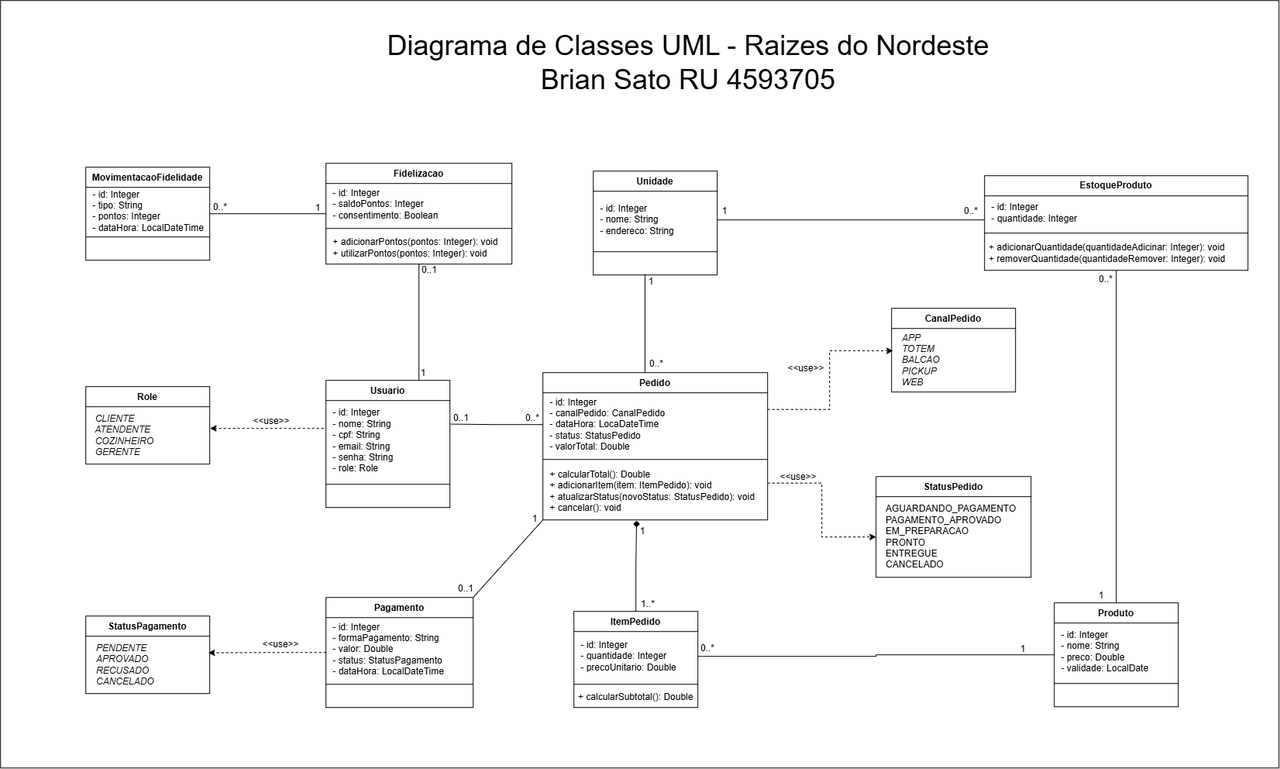
This is documentacao/diagramas/projeto_multidiciplinar_UML.drawio.png from BrianSato/raizes-do-nordeste, a draw.io export, as it was before one commit. Source tidied: cells renumbered, new cells last; positions are measured from the earlier drawing's top-left corner, leaving out a move shared by most shapes.
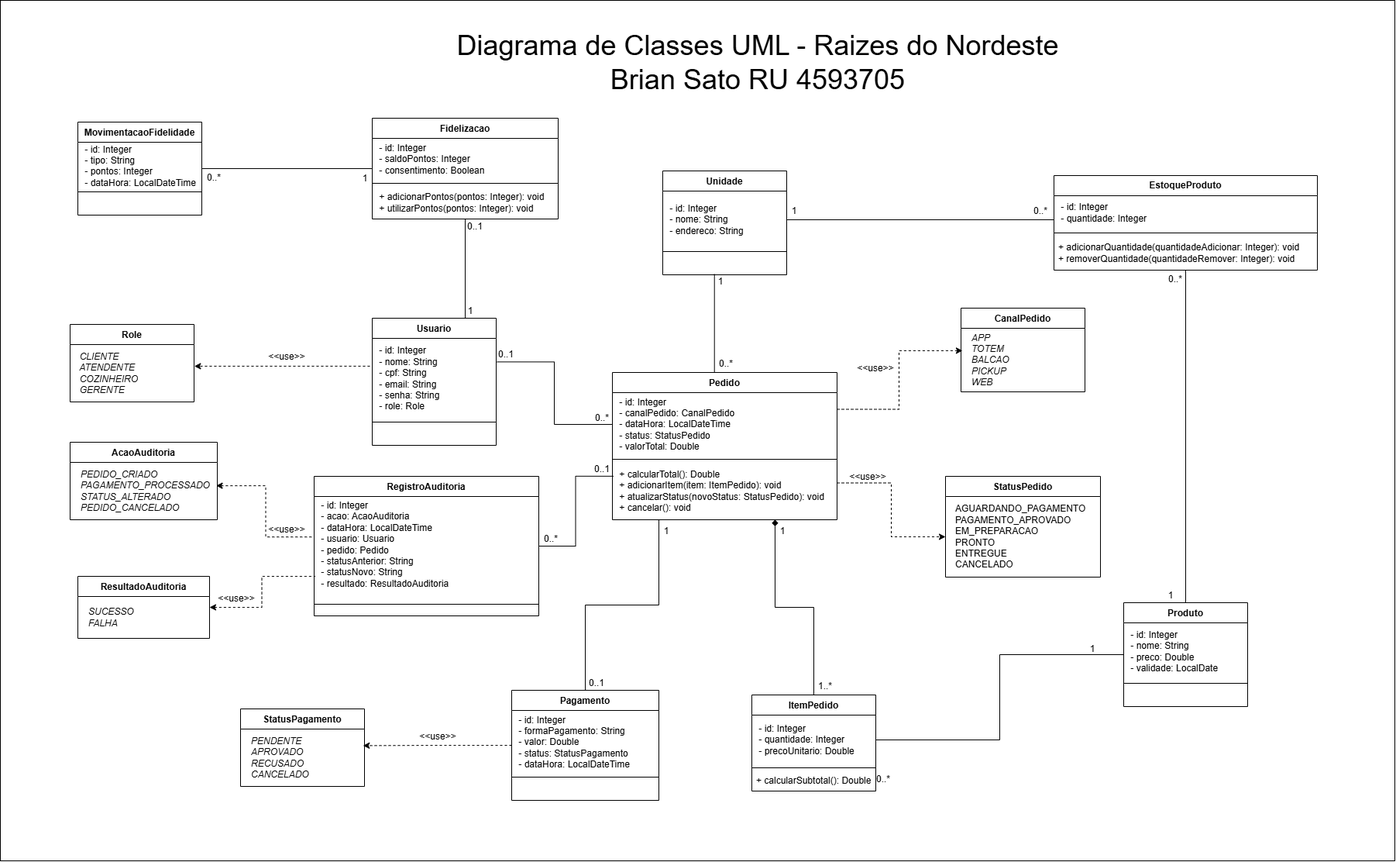
The same diagram one commit later.

Commit message:
docs: autliza diagrama UML com auditoria e relacionamentos

Change to the diagram source:
```diff
@@ -4,7 +4,7 @@
     <mxCell id="1" parent="0" />
-    <mxCell id="2" style="rounded=0;whiteSpace=wrap;html=1;" parent="1" vertex="1">
-      <mxGeometry width="1650" height="990" as="geometry" />
-    </mxCell>
+    <mxCell id="83" style="rounded=0;whiteSpace=wrap;html=1;" parent="1" vertex="1">
+      <mxGeometry x="-90" width="1800" height="1110" as="geometry" />
+    </mxCell>
     <mxCell id="3" value="MovimentacaoFidelidade" style="swimlane;fontStyle=1;align=center;verticalAlign=top;horizontal=1;startSize=26;whiteSpace=wrap;html=1;" parent="1" vertex="1">
-      <mxGeometry x="110" y="215" width="160" height="120" as="geometry" />
+      <mxGeometry x="10" y="157" width="160" height="120" as="geometry" />
     </mxCell>
@@ -23,3 +23,3 @@
     <mxCell id="8" value="Fidelizacao" style="swimlane;fontStyle=1;align=center;verticalAlign=top;horizontal=1;startSize=26;whiteSpace=wrap;html=1;" parent="1" vertex="1">
-      <mxGeometry x="420" y="210" width="240" height="130" as="geometry" />
+      <mxGeometry x="390" y="152" width="240" height="130" as="geometry" />
     </mxCell>
@@ -35,3 +35,3 @@
     <mxCell id="12" value="Pagamento" style="swimlane;fontStyle=1;align=center;verticalAlign=top;horizontal=1;startSize=26;whiteSpace=wrap;html=1;" parent="1" vertex="1">
-      <mxGeometry x="420" y="770" width="190" height="142" as="geometry" />
+      <mxGeometry x="570" y="890" width="190" height="142" as="geometry" />
     </mxCell>
@@ -47,3 +47,3 @@
     <mxCell id="16" value="ItemPedido" style="swimlane;fontStyle=1;align=center;verticalAlign=top;horizontal=1;startSize=26;whiteSpace=wrap;html=1;" parent="1" vertex="1">
-      <mxGeometry x="740" y="788" width="160" height="124" as="geometry" />
+      <mxGeometry x="880" y="896" width="160" height="124" as="geometry" />
     </mxCell>
@@ -58,7 +58,2 @@
     </mxCell>
-    <mxCell id="20" style="rounded=0;jettySize=auto;html=1;exitX=0;exitY=1;exitDx=0;exitDy=0;endArrow=none;endFill=0;" parent="1" edge="1" source="22">
-      <mxGeometry relative="1" as="geometry">
-        <mxPoint x="610" y="770" as="targetPoint" />
-      </mxGeometry>
-    </mxCell>
     <mxCell id="21" style="edgeStyle=orthogonalEdgeStyle;rounded=0;jettySize=auto;html=1;exitX=1;exitY=0.75;exitDx=0;exitDy=0;dashed=1;" parent="1" edge="1" source="22" target="46">
@@ -69,3 +64,3 @@
     </mxCell>
-    <mxCell id="23" value="&amp;nbsp;- id: Integer&lt;div&gt;&amp;nbsp;- canalPedido: CanalPedido&lt;/div&gt;&lt;div&gt;&amp;nbsp;- dataHora: LocaDateTime&lt;/div&gt;&lt;div&gt;&amp;nbsp;- status: StatusPedido&lt;/div&gt;&lt;div&gt;&amp;nbsp;- valorTotal: Double&lt;/div&gt;" style="text;strokeColor=none;fillColor=none;align=left;verticalAlign=middle;spacingLeft=4;spacingRight=4;overflow=hidden;points=[[0,0.5],[1,0.5]];portConstraint=eastwest;whiteSpace=wrap;html=1;" parent="22" vertex="1">
+    <mxCell id="23" value="&amp;nbsp;- id: Integer&lt;div&gt;&amp;nbsp;- canalPedido: CanalPedido&lt;/div&gt;&lt;div&gt;&amp;nbsp;- dataHora: LocalDateTime&lt;/div&gt;&lt;div&gt;&amp;nbsp;- status: StatusPedido&lt;/div&gt;&lt;div&gt;&amp;nbsp;- valorTotal: Double&lt;/div&gt;" style="text;strokeColor=none;fillColor=none;align=left;verticalAlign=middle;spacingLeft=4;spacingRight=4;overflow=hidden;points=[[0,0.5],[1,0.5]];portConstraint=eastwest;whiteSpace=wrap;html=1;" parent="22" vertex="1">
       <mxGeometry y="26" width="290" height="82" as="geometry" />
@@ -87,3 +82,3 @@
     </mxCell>
-    <mxCell id="29" value="+ adicionarQuantidade(quantidadeAdicinar: Integer): void&lt;div&gt;+ removerQuantidade(quantidadeRemover: Integer): void&lt;/div&gt;" style="text;strokeColor=none;fillColor=none;align=left;verticalAlign=middle;spacingLeft=4;spacingRight=4;overflow=hidden;whiteSpace=wrap;html=1;fontSize=12;" parent="26" vertex="1">
+    <mxCell id="29" value="+ adicionarQuantidade(quantidadeAdicionar: Integer): void&lt;div&gt;+ removerQuantidade(quantidadeRemover: Integer): void&lt;/div&gt;" style="text;strokeColor=none;fillColor=none;align=left;verticalAlign=middle;spacingLeft=4;spacingRight=4;overflow=hidden;whiteSpace=wrap;html=1;fontSize=12;" parent="26" vertex="1">
       <mxGeometry y="78" width="340" height="44" as="geometry" />
@@ -127,3 +122,3 @@
     <mxCell id="41" value="Usuario" style="swimlane;fontStyle=1;align=center;verticalAlign=top;horizontal=1;startSize=26;whiteSpace=wrap;html=1;" parent="1" vertex="1">
-      <mxGeometry x="420" y="490" width="160" height="164" as="geometry" />
+      <mxGeometry x="390" y="410" width="160" height="164" as="geometry" />
     </mxCell>
@@ -145,3 +140,3 @@
     <mxCell id="47" value="StatusPagamento" style="swimlane;fontStyle=1;align=center;verticalAlign=top;horizontal=1;startSize=26;whiteSpace=wrap;html=1;" parent="1" vertex="1">
-      <mxGeometry x="110" y="794" width="160" height="100" as="geometry" />
+      <mxGeometry x="220" y="914" width="160" height="100" as="geometry" />
     </mxCell>
@@ -151,3 +146,3 @@
     <mxCell id="49" value="Role" style="swimlane;fontStyle=1;align=center;verticalAlign=top;horizontal=1;startSize=26;whiteSpace=wrap;html=1;" parent="1" vertex="1">
-      <mxGeometry x="110" y="498" width="160" height="100" as="geometry" />
+      <mxGeometry y="418" width="160" height="100" as="geometry" />
     </mxCell>
@@ -157,3 +152,3 @@
     <mxCell id="51" value="0..1" style="text;html=1;whiteSpace=wrap;strokeColor=none;fillColor=none;align=center;verticalAlign=middle;rounded=0;" parent="1" vertex="1">
-      <mxGeometry x="585" y="524" width="20" height="30" as="geometry" />
+      <mxGeometry x="553" y="442" width="20" height="30" as="geometry" />
     </mxCell>
@@ -163,6 +158,6 @@
     <mxCell id="53" value="1" style="text;html=1;whiteSpace=wrap;strokeColor=none;fillColor=none;align=center;verticalAlign=middle;rounded=0;" parent="1" vertex="1">
-      <mxGeometry x="536" y="466" width="20" height="30" as="geometry" />
+      <mxGeometry x="507" y="386" width="20" height="30" as="geometry" />
     </mxCell>
     <mxCell id="54" value="0..1" style="text;html=1;whiteSpace=wrap;strokeColor=none;fillColor=none;align=center;verticalAlign=middle;rounded=0;" parent="1" vertex="1">
-      <mxGeometry x="534" y="333" width="40" height="30" as="geometry" />
+      <mxGeometry x="503" y="277" width="40" height="30" as="geometry" />
     </mxCell>
@@ -186,3 +181,3 @@
     <mxCell id="60" value="0..*" style="text;html=1;whiteSpace=wrap;strokeColor=none;fillColor=none;align=center;verticalAlign=middle;rounded=0;" parent="1" vertex="1">
-      <mxGeometry x="893" y="821" width="40" height="30" as="geometry" />
+      <mxGeometry x="1030" y="990" width="40" height="30" as="geometry" />
     </mxCell>
@@ -194,3 +189,3 @@
     </mxCell>
-    <mxCell id="63" style="edgeStyle=orthogonalEdgeStyle;rounded=0;jettySize=auto;html=1;exitX=0.5;exitY=0;exitDx=0;exitDy=0;entryX=0.417;entryY=1.014;entryDx=0;entryDy=0;entryPerimeter=0;endArrow=diamond;endFill=1;" parent="1" edge="1" source="16" target="25">
+    <mxCell id="63" style="edgeStyle=orthogonalEdgeStyle;rounded=0;jettySize=auto;html=1;exitX=0.5;exitY=0;exitDx=0;exitDy=0;entryX=0.724;entryY=1;entryDx=0;entryDy=0;entryPerimeter=0;endArrow=diamond;endFill=1;" parent="1" edge="1" source="16" target="25">
       <mxGeometry relative="1" as="geometry" />
@@ -198,18 +193,18 @@
     <mxCell id="64" value="1..*" style="text;html=1;whiteSpace=wrap;strokeColor=none;fillColor=none;align=center;verticalAlign=middle;rounded=0;" parent="1" vertex="1">
-      <mxGeometry x="816" y="764" width="40" height="30" as="geometry" />
+      <mxGeometry x="955" y="870" width="40" height="30" as="geometry" />
     </mxCell>
     <mxCell id="65" value="1" style="text;html=1;whiteSpace=wrap;strokeColor=none;fillColor=none;align=center;verticalAlign=middle;rounded=0;" parent="1" vertex="1">
-      <mxGeometry x="819" y="670" width="20" height="30" as="geometry" />
+      <mxGeometry x="910" y="670" width="20" height="30" as="geometry" />
     </mxCell>
     <mxCell id="66" value="0..1" style="text;html=1;whiteSpace=wrap;strokeColor=none;fillColor=none;align=center;verticalAlign=middle;rounded=0;" parent="1" vertex="1">
-      <mxGeometry x="581" y="744" width="40" height="30" as="geometry" />
+      <mxGeometry x="660" y="866" width="40" height="30" as="geometry" />
     </mxCell>
     <mxCell id="67" value="1" style="text;html=1;whiteSpace=wrap;strokeColor=none;fillColor=none;align=center;verticalAlign=middle;rounded=0;" parent="1" vertex="1">
-      <mxGeometry x="680" y="654" width="20" height="30" as="geometry" />
+      <mxGeometry x="760" y="670" width="20" height="30" as="geometry" />
     </mxCell>
     <mxCell id="68" value="0..*" style="text;html=1;whiteSpace=wrap;strokeColor=none;fillColor=none;align=center;verticalAlign=middle;rounded=0;" parent="1" vertex="1">
-      <mxGeometry x="264" y="252" width="40" height="30" as="geometry" />
+      <mxGeometry x="166" y="214" width="40" height="30" as="geometry" />
     </mxCell>
     <mxCell id="69" value="1" style="text;html=1;whiteSpace=wrap;strokeColor=none;fillColor=none;align=center;verticalAlign=middle;rounded=0;" parent="1" vertex="1">
-      <mxGeometry x="400" y="253" width="20" height="30" as="geometry" />
+      <mxGeometry x="371" y="215" width="20" height="30" as="geometry" />
     </mxCell>
@@ -219,3 +214,3 @@
     <mxCell id="71" value="&amp;lt;&amp;lt;use&amp;gt;&amp;gt;" style="text;html=1;whiteSpace=wrap;strokeColor=none;fillColor=none;align=center;verticalAlign=middle;rounded=0;" parent="1" vertex="1">
-      <mxGeometry x="320" y="528" width="60" height="30" as="geometry" />
+      <mxGeometry x="250" y="445" width="60" height="30" as="geometry" />
     </mxCell>
@@ -225,3 +220,3 @@
     <mxCell id="73" value="&amp;lt;&amp;lt;use&amp;gt;&amp;gt;" style="text;html=1;whiteSpace=wrap;strokeColor=none;fillColor=none;align=center;verticalAlign=middle;rounded=0;" parent="1" vertex="1">
-      <mxGeometry x="332" y="816" width="60" height="30" as="geometry" />
+      <mxGeometry x="445" y="935" width="60" height="30" as="geometry" />
     </mxCell>
@@ -254,2 +249,47 @@
     </mxCell>
+    <mxCell id="84" value="RegistroAuditoria" style="swimlane;fontStyle=1;align=center;verticalAlign=top;horizontal=1;startSize=26;whiteSpace=wrap;html=1;" parent="1" vertex="1">
+      <mxGeometry x="315" y="614" width="290" height="180" as="geometry" />
+    </mxCell>
+    <mxCell id="85" value="&amp;nbsp;- id: Integer&lt;div&gt;&amp;nbsp;- acao: AcaoAuditoria&lt;div&gt;&amp;nbsp;- dataHora: LocalDateTime&lt;/div&gt;&lt;div&gt;&amp;nbsp;- usuario: Usuario&lt;/div&gt;&lt;div&gt;&amp;nbsp;- pedido: Pedido&lt;/div&gt;&lt;div&gt;&amp;nbsp;- statusAnterior: String&lt;/div&gt;&lt;div&gt;&amp;nbsp;- statusNovo: String&lt;/div&gt;&lt;div&gt;&amp;nbsp;- resultado: ResultadoAuditoria&lt;/div&gt;&lt;/div&gt;" style="text;strokeColor=none;fillColor=none;align=left;verticalAlign=middle;spacingLeft=4;spacingRight=4;overflow=hidden;points=[[0,0.5],[1,0.5]];portConstraint=eastwest;whiteSpace=wrap;html=1;" parent="84" vertex="1">
+      <mxGeometry y="26" width="290" height="124" as="geometry" />
+    </mxCell>
+    <mxCell id="86" value=" &#10;&#10;" style="line;strokeWidth=1;fillColor=none;align=left;verticalAlign=middle;spacingTop=-1;spacingLeft=3;spacingRight=3;labelPosition=right;strokeColor=inherit;" parent="84" vertex="1">
+      <mxGeometry y="150" width="290" height="30" as="geometry" />
+    </mxCell>
+    <mxCell id="87" value="AcaoAuditoria" style="swimlane;fontStyle=1;align=center;verticalAlign=top;horizontal=1;startSize=26;whiteSpace=wrap;html=1;" parent="1" vertex="1">
+      <mxGeometry y="570" width="190" height="100" as="geometry" />
+    </mxCell>
+    <mxCell id="88" value="PEDIDO_CRIADO&lt;div&gt;PAGAMENTO_PROCESSADO&lt;/div&gt;&lt;div&gt;STATUS_ALTERADO&lt;/div&gt;&lt;div&gt;PEDIDO_CANCELADO&lt;/div&gt;" style="text;strokeColor=none;fillColor=none;align=left;verticalAlign=middle;spacingLeft=12;spacingRight=4;overflow=hidden;points=[[0,0.5],[1,0.5]];portConstraint=eastwest;whiteSpace=wrap;html=1;fontStyle=2;" parent="87" vertex="1">
+      <mxGeometry y="26" width="190" height="74" as="geometry" />
+    </mxCell>
+    <mxCell id="89" value="ResultadoAuditoria" style="swimlane;fontStyle=1;align=center;verticalAlign=top;horizontal=1;startSize=26;whiteSpace=wrap;html=1;" parent="1" vertex="1">
+      <mxGeometry x="10" y="743" width="170" height="80" as="geometry" />
+    </mxCell>
+    <mxCell id="90" value="SUCESSO&lt;div&gt;FALHA&lt;/div&gt;" style="text;strokeColor=none;fillColor=none;align=left;verticalAlign=middle;spacingLeft=12;spacingRight=4;overflow=hidden;whiteSpace=wrap;html=1;fontStyle=2;" parent="89" vertex="1">
+      <mxGeometry y="26" width="170" height="54" as="geometry" />
+    </mxCell>
+    <mxCell id="91" style="edgeStyle=orthogonalEdgeStyle;rounded=0;jettySize=auto;html=1;entryX=0.207;entryY=1;entryDx=0;entryDy=0;entryPerimeter=0;defaultLabelBackgroundColor=page;endArrow=none;endFill=0;" parent="1" edge="1" source="12" target="25">
+      <mxGeometry relative="1" as="geometry" />
+    </mxCell>
+    <mxCell id="92" style="edgeStyle=orthogonalEdgeStyle;rounded=0;jettySize=auto;html=1;entryX=0.005;entryY=0.241;entryDx=0;entryDy=0;entryPerimeter=0;defaultLabelBackgroundColor=page;endArrow=none;endFill=0;" parent="1" edge="1" source="84" target="25">
+      <mxGeometry relative="1" as="geometry" />
+    </mxCell>
+    <mxCell id="93" value="0..*" style="text;html=1;whiteSpace=wrap;strokeColor=none;fillColor=none;align=center;verticalAlign=middle;rounded=0;" parent="1" vertex="1">
+      <mxGeometry x="601" y="680" width="40" height="30" as="geometry" />
+    </mxCell>
+    <mxCell id="94" value="0..1" style="text;html=1;whiteSpace=wrap;strokeColor=none;fillColor=none;align=center;verticalAlign=middle;rounded=0;" parent="1" vertex="1">
+      <mxGeometry x="677" y="590" width="20" height="30" as="geometry" />
+    </mxCell>
+    <mxCell id="95" style="endArrow=none;dashed=1;html=1;rounded=0;defaultLabelBackgroundColor=page;entryX=0.005;entryY=0.831;entryDx=0;entryDy=0;entryPerimeter=0;exitX=1;exitY=0.5;exitDx=0;exitDy=0;edgeStyle=orthogonalEdgeStyle;startArrow=classic;startFill=1;" parent="1" edge="1" source="89" target="85">
+      <mxGeometry relative="1" as="geometry" />
+    </mxCell>
+    <mxCell id="96" style="endArrow=none;dashed=1;html=1;rounded=0;defaultLabelBackgroundColor=page;exitX=0.992;exitY=0.407;exitDx=0;exitDy=0;exitPerimeter=0;entryX=-0.008;entryY=0.421;entryDx=0;entryDy=0;entryPerimeter=0;edgeStyle=orthogonalEdgeStyle;startArrow=classic;startFill=1;" parent="1" edge="1" source="88" target="85">
+      <mxGeometry x="0.02" relative="1" as="geometry" />
+    </mxCell>
+    <mxCell id="97" value="&amp;lt;&amp;lt;use&amp;gt;&amp;gt;" style="text;html=1;whiteSpace=wrap;strokeColor=none;fillColor=none;align=center;verticalAlign=middle;rounded=0;" parent="1" vertex="1">
+      <mxGeometry x="250" y="668" width="60" height="30" as="geometry" />
+    </mxCell>
+    <mxCell id="98" value="&amp;lt;&amp;lt;use&amp;gt;&amp;gt;" style="text;html=1;whiteSpace=wrap;strokeColor=none;fillColor=none;align=center;verticalAlign=middle;rounded=0;" parent="1" vertex="1">
+      <mxGeometry x="185" y="757" width="60" height="30" as="geometry" />
+    </mxCell>
   </root>
```
